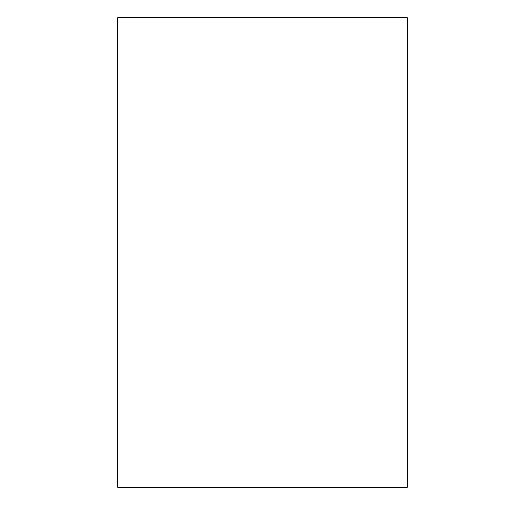
Above: usecase.drawio in oneoneteam/Balap-karung (draw.io), before the change. Source tidied: cells renumbered, new cells numbered last; positions are measured from the earlier drawing's top-left corner, leaving out a move shared by most shapes. Both pictures are drawn from the tidied source at 100%, with x=0, y=0 at pixel (117, 17).
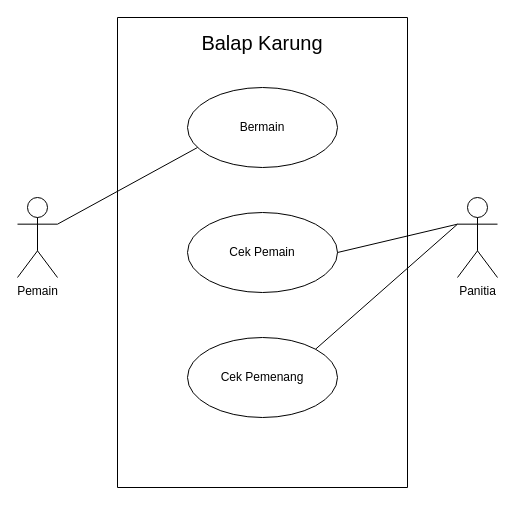
After the change.

The edit, as a diff of the source:
```diff
@@
 <mxGraphModel>
   <root>
     <mxCell id="0" />
     <mxCell id="1" parent="0" />
     <mxCell id="2" style="swimlane;startSize=0;" parent="1" vertex="1">
       <mxGeometry width="290" height="470" as="geometry" />
     </mxCell>
+    <mxCell id="3" value="Balap Karung" style="text;html=1;strokeColor=none;fillColor=none;align=center;verticalAlign=middle;whiteSpace=wrap;rounded=0;fontSize=20;" parent="2" vertex="1">
+      <mxGeometry x="80" y="10" width="130" height="30" as="geometry" />
+    </mxCell>
+    <mxCell id="4" value="Bermain" style="ellipse;whiteSpace=wrap;html=1;" parent="2" vertex="1">
+      <mxGeometry x="70" y="70" width="150" height="80" as="geometry" />
+    </mxCell>
+    <mxCell id="5" style="endArrow=none;html=1;rounded=0;exitX=1;exitY=0.3333333333333333;exitDx=0;exitDy=0;exitPerimeter=0;" parent="2" edge="1" source="8">
+      <mxGeometry relative="1" as="geometry">
+        <mxPoint x="80" y="130" as="targetPoint" />
+      </mxGeometry>
+    </mxCell>
+    <mxCell id="6" value="Cek Pemenang" style="ellipse;whiteSpace=wrap;html=1;" parent="2" vertex="1">
+      <mxGeometry x="70" y="320" width="150" height="80" as="geometry" />
+    </mxCell>
+    <mxCell id="7" value="Cek Pemain" style="ellipse;whiteSpace=wrap;html=1;" parent="2" vertex="1">
+      <mxGeometry x="70" y="195" width="150" height="80" as="geometry" />
+    </mxCell>
+    <mxCell id="8" value="Pemain" style="shape=umlActor;verticalLabelPosition=bottom;verticalAlign=top;html=1;outlineConnect=0;" parent="1" vertex="1">
+      <mxGeometry x="-100" y="180" width="40" height="80" as="geometry" />
+    </mxCell>
+    <mxCell id="9" value="Panitia" style="shape=umlActor;verticalLabelPosition=bottom;verticalAlign=top;html=1;outlineConnect=0;" parent="1" vertex="1">
+      <mxGeometry x="340" y="180" width="40" height="80" as="geometry" />
+    </mxCell>
+    <mxCell id="10" style="endArrow=none;html=1;rounded=0;exitX=1;exitY=0.5;exitDx=0;exitDy=0;entryX=0;entryY=0.3333333333333333;entryDx=0;entryDy=0;entryPerimeter=0;" parent="1" edge="1" source="7" target="9">
+      <mxGeometry relative="1" as="geometry" />
+    </mxCell>
+    <mxCell id="11" style="endArrow=none;html=1;rounded=0;entryX=0;entryY=0.3333333333333333;entryDx=0;entryDy=0;entryPerimeter=0;exitX=1;exitY=0;exitDx=0;exitDy=0;" parent="1" edge="1" source="6" target="9">
+      <mxGeometry relative="1" as="geometry" />
+    </mxCell>
   </root>
 </mxGraphModel>
```
